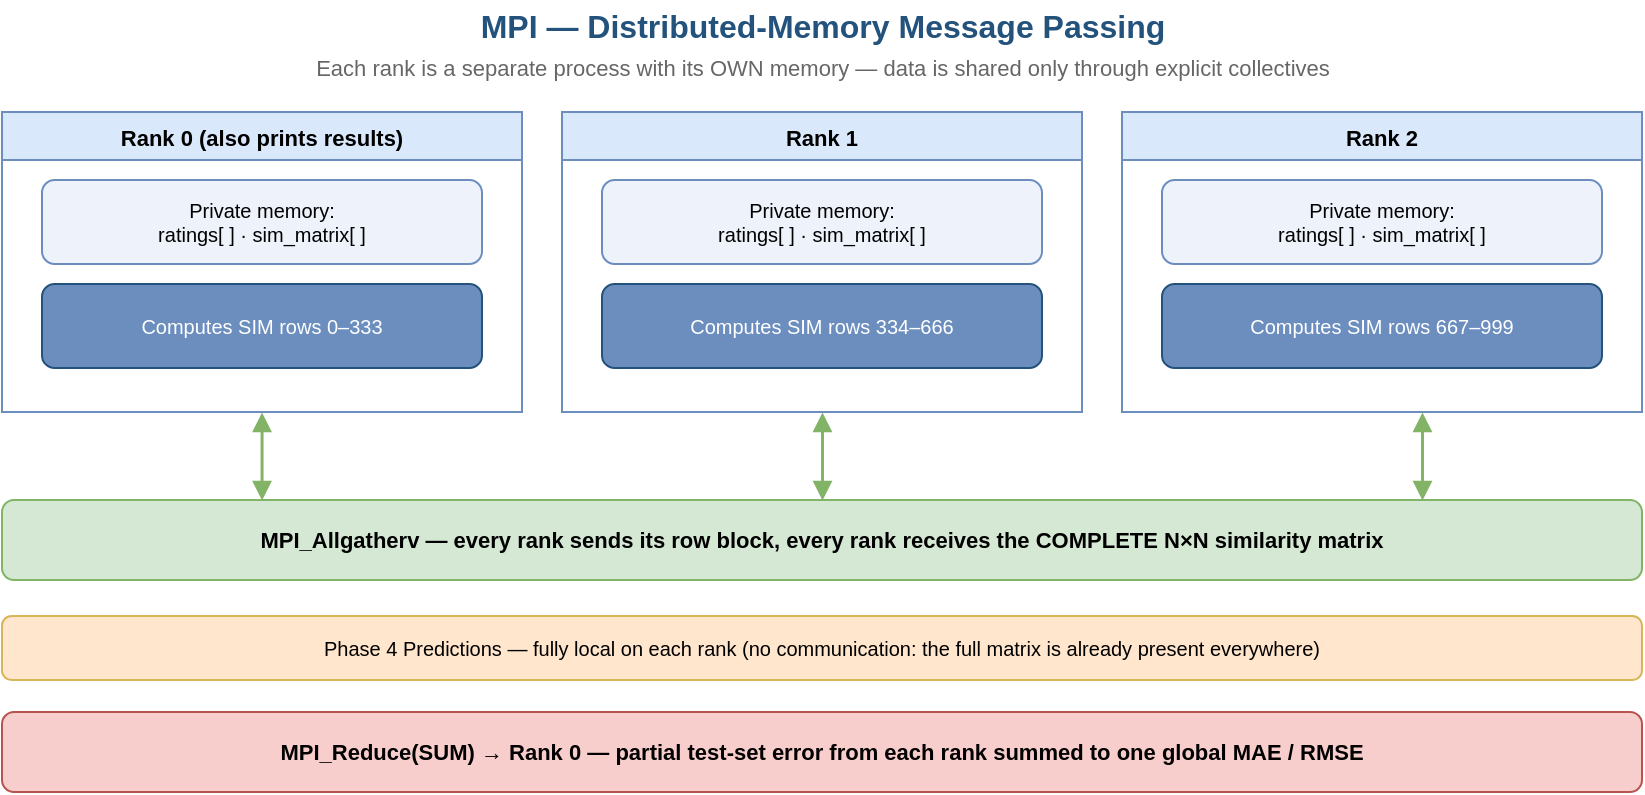
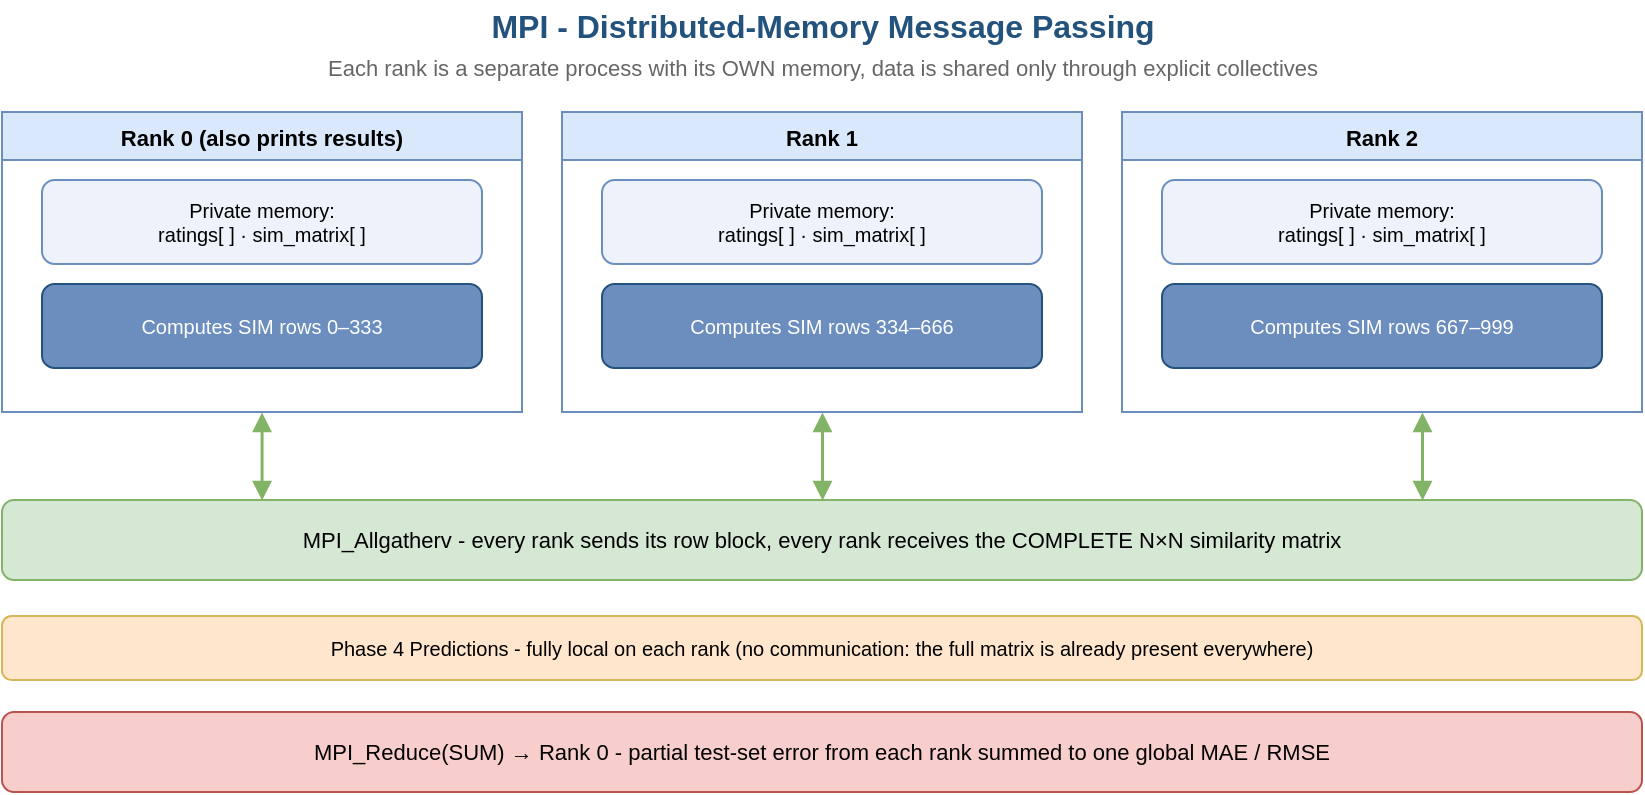
<mxfile host="65bd71144e">
    <diagram id="page4" name="4. MPI">
-         <mxGraphModel dx="258" dy="156" grid="1" gridSize="10" guides="1" tooltips="1" connect="1" arrows="1" fold="1" page="1" pageScale="1" pageWidth="900" pageHeight="640" math="0" shadow="0">
+         <mxGraphModel dx="878" dy="215" grid="1" gridSize="10" guides="1" tooltips="1" connect="1" arrows="1" fold="1" page="1" pageScale="1" pageWidth="900" pageHeight="640" math="0" shadow="0">
            <root>
                <mxCell id="0"/>
                <mxCell id="1" parent="0"/>
-                 <mxCell id="ttl" value="MPI — Distributed-Memory Message Passing" style="text;html=1;align=center;verticalAlign=middle;fontStyle=1;fontSize=16;fontColor=#23527c;" parent="1" vertex="1">
+                 <mxCell id="ttl" value="MPI - Distributed-Memory Message Passing" style="text;html=1;align=center;verticalAlign=middle;fontStyle=1;fontSize=16;fontColor=#23527c;" parent="1" vertex="1">
                    <mxGeometry x="150" y="16" width="600" height="26" as="geometry"/>
                </mxCell>
-                 <mxCell id="sub" value="Each rank is a separate process with its OWN memory — data is shared only through explicit collectives" style="text;html=1;align=center;verticalAlign=middle;fontSize=11;fontColor=#666666;" parent="1" vertex="1">
+                 <mxCell id="sub" value="Each rank is a separate process with its OWN memory, data is shared only through explicit collectives" style="text;html=1;align=center;verticalAlign=middle;fontSize=11;fontColor=#666666;" parent="1" vertex="1">
                    <mxGeometry x="150" y="40" width="600" height="20" as="geometry"/>
                </mxCell>
                <mxCell id="r0" value="Rank 0  (also prints results)" style="swimlane;startSize=24;whiteSpace=wrap;html=1;fillColor=#dae8fc;strokeColor=#6c8ebf;fontSize=11;fontStyle=1;verticalAlign=top;" parent="1" vertex="1">
                    <mxGeometry x="40" y="72" width="260" height="150" as="geometry"/>
                </mxCell>
                <mxCell id="r0a" value="Private memory:&#xa;ratings[ ] · sim_matrix[ ]" style="rounded=1;whiteSpace=wrap;html=1;fillColor=#eef3fb;strokeColor=#6c8ebf;fontSize=10;verticalAlign=middle;" parent="r0" vertex="1">
                    <mxGeometry x="20" y="34" width="220" height="42" as="geometry"/>
                </mxCell>
                <mxCell id="r0b" value="Computes SIM rows 0–333" style="rounded=1;whiteSpace=wrap;html=1;fillColor=#6c8ebf;strokeColor=#23527c;fontColor=#ffffff;fontSize=10;verticalAlign=middle;" parent="r0" vertex="1">
                    <mxGeometry x="20" y="86" width="220" height="42" as="geometry"/>
                </mxCell>
                <mxCell id="r1" value="Rank 1" style="swimlane;startSize=24;whiteSpace=wrap;html=1;fillColor=#dae8fc;strokeColor=#6c8ebf;fontSize=11;fontStyle=1;verticalAlign=top;" parent="1" vertex="1">
                    <mxGeometry x="320" y="72" width="260" height="150" as="geometry"/>
                </mxCell>
                <mxCell id="r1a" value="Private memory:&#xa;ratings[ ] · sim_matrix[ ]" style="rounded=1;whiteSpace=wrap;html=1;fillColor=#eef3fb;strokeColor=#6c8ebf;fontSize=10;verticalAlign=middle;" parent="r1" vertex="1">
                    <mxGeometry x="20" y="34" width="220" height="42" as="geometry"/>
                </mxCell>
                <mxCell id="r1b" value="Computes SIM rows 334–666" style="rounded=1;whiteSpace=wrap;html=1;fillColor=#6c8ebf;strokeColor=#23527c;fontColor=#ffffff;fontSize=10;verticalAlign=middle;" parent="r1" vertex="1">
                    <mxGeometry x="20" y="86" width="220" height="42" as="geometry"/>
                </mxCell>
                <mxCell id="r2" value="Rank 2" style="swimlane;startSize=24;whiteSpace=wrap;html=1;fillColor=#dae8fc;strokeColor=#6c8ebf;fontSize=11;fontStyle=1;verticalAlign=top;" parent="1" vertex="1">
                    <mxGeometry x="600" y="72" width="260" height="150" as="geometry"/>
                </mxCell>
                <mxCell id="r2a" value="Private memory:&#xa;ratings[ ] · sim_matrix[ ]" style="rounded=1;whiteSpace=wrap;html=1;fillColor=#eef3fb;strokeColor=#6c8ebf;fontSize=10;verticalAlign=middle;" parent="r2" vertex="1">
                    <mxGeometry x="20" y="34" width="220" height="42" as="geometry"/>
                </mxCell>
                <mxCell id="r2b" value="Computes SIM rows 667–999" style="rounded=1;whiteSpace=wrap;html=1;fillColor=#6c8ebf;strokeColor=#23527c;fontColor=#ffffff;fontSize=10;verticalAlign=middle;" parent="r2" vertex="1">
                    <mxGeometry x="20" y="86" width="220" height="42" as="geometry"/>
                </mxCell>
-                 <mxCell id="agv" value="MPI_Allgatherv  —  every rank sends its row block, every rank receives the COMPLETE N×N similarity matrix" style="rounded=1;whiteSpace=wrap;html=1;fillColor=#d5e8d4;strokeColor=#82b366;fontSize=11;fontStyle=1;verticalAlign=middle;" parent="1" vertex="1">
+                 <mxCell id="agv" value="&lt;span style=&quot;font-weight: normal;&quot;&gt;MPI_Allgatherv - every rank sends its row block, every rank receives the COMPLETE N×N similarity matrix&lt;/span&gt;" style="rounded=1;whiteSpace=wrap;html=1;fillColor=#d5e8d4;strokeColor=#82b366;fontSize=11;fontStyle=1;verticalAlign=middle;" parent="1" vertex="1">
                    <mxGeometry x="40" y="266" width="820" height="40" as="geometry"/>
                </mxCell>
                <mxCell id="ag1" style="edgeStyle=orthogonalEdgeStyle;rounded=0;html=1;startArrow=block;startFill=1;endArrow=block;endFill=1;strokeWidth=1.5;strokeColor=#82b366;exitX=0.5;exitY=1;entryX=0.5;entryY=0;" parent="1" source="r1" target="agv" edge="1">
                    <mxGeometry relative="1" as="geometry"/>
                </mxCell>
-                 <mxCell id="pred" value="Phase 4 Predictions — fully local on each rank (no communication: the full matrix is already present everywhere)" style="rounded=1;whiteSpace=wrap;html=1;fillColor=#ffe6cc;strokeColor=#d6b656;fontSize=10;verticalAlign=middle;" parent="1" vertex="1">
+                 <mxCell id="pred" value="Phase 4 Predictions - fully local on each rank (no communication: the full matrix is already present everywhere)" style="rounded=1;whiteSpace=wrap;html=1;fillColor=#ffe6cc;strokeColor=#d6b656;fontSize=10;verticalAlign=middle;" parent="1" vertex="1">
                    <mxGeometry x="40" y="324" width="820" height="32" as="geometry"/>
                </mxCell>
-                 <mxCell id="red" value="MPI_Reduce(SUM) → Rank 0  —  partial test-set error from each rank summed to one global MAE / RMSE" style="rounded=1;whiteSpace=wrap;html=1;fillColor=#f8cecc;strokeColor=#b85450;fontSize=11;fontStyle=1;verticalAlign=middle;" parent="1" vertex="1">
+                 <mxCell id="red" value="&lt;span style=&quot;font-weight: normal;&quot;&gt;MPI_Reduce(SUM) → Rank 0 - partial test-set error from each rank summed to one global MAE / RMSE&lt;/span&gt;" style="rounded=1;whiteSpace=wrap;html=1;fillColor=#f8cecc;strokeColor=#b85450;fontSize=11;fontStyle=1;verticalAlign=middle;" parent="1" vertex="1">
                    <mxGeometry x="40" y="372" width="820" height="40" as="geometry"/>
                </mxCell>
-                 <mxCell id="2" style="edgeStyle=orthogonalEdgeStyle;rounded=0;html=1;startArrow=block;startFill=1;endArrow=block;endFill=1;strokeWidth=1.5;strokeColor=#82b366;exitX=0.5;exitY=1;entryX=0.5;entryY=0;" edge="1" parent="1">
+                 <mxCell id="2" style="edgeStyle=orthogonalEdgeStyle;rounded=0;html=1;startArrow=block;startFill=1;endArrow=block;endFill=1;strokeWidth=1.5;strokeColor=#82b366;exitX=0.5;exitY=1;entryX=0.5;entryY=0;" parent="1" edge="1">
                    <mxGeometry relative="1" as="geometry">
                        <mxPoint x="169.78" y="222" as="sourcePoint"/>
                        <mxPoint x="169.78" y="266" as="targetPoint"/>
                    </mxGeometry>
                </mxCell>
-                 <mxCell id="3" style="edgeStyle=orthogonalEdgeStyle;rounded=0;html=1;startArrow=block;startFill=1;endArrow=block;endFill=1;strokeWidth=1.5;strokeColor=#82b366;exitX=0.5;exitY=1;entryX=0.5;entryY=0;" edge="1" parent="1">
+                 <mxCell id="3" style="edgeStyle=orthogonalEdgeStyle;rounded=0;html=1;startArrow=block;startFill=1;endArrow=block;endFill=1;strokeWidth=1.5;strokeColor=#82b366;exitX=0.5;exitY=1;entryX=0.5;entryY=0;" parent="1" edge="1">
                    <mxGeometry relative="1" as="geometry">
                        <mxPoint x="750" y="222" as="sourcePoint"/>
                        <mxPoint x="750" y="266" as="targetPoint"/>
                    </mxGeometry>
                </mxCell>
            </root>
        </mxGraphModel>
    </diagram>
</mxfile>